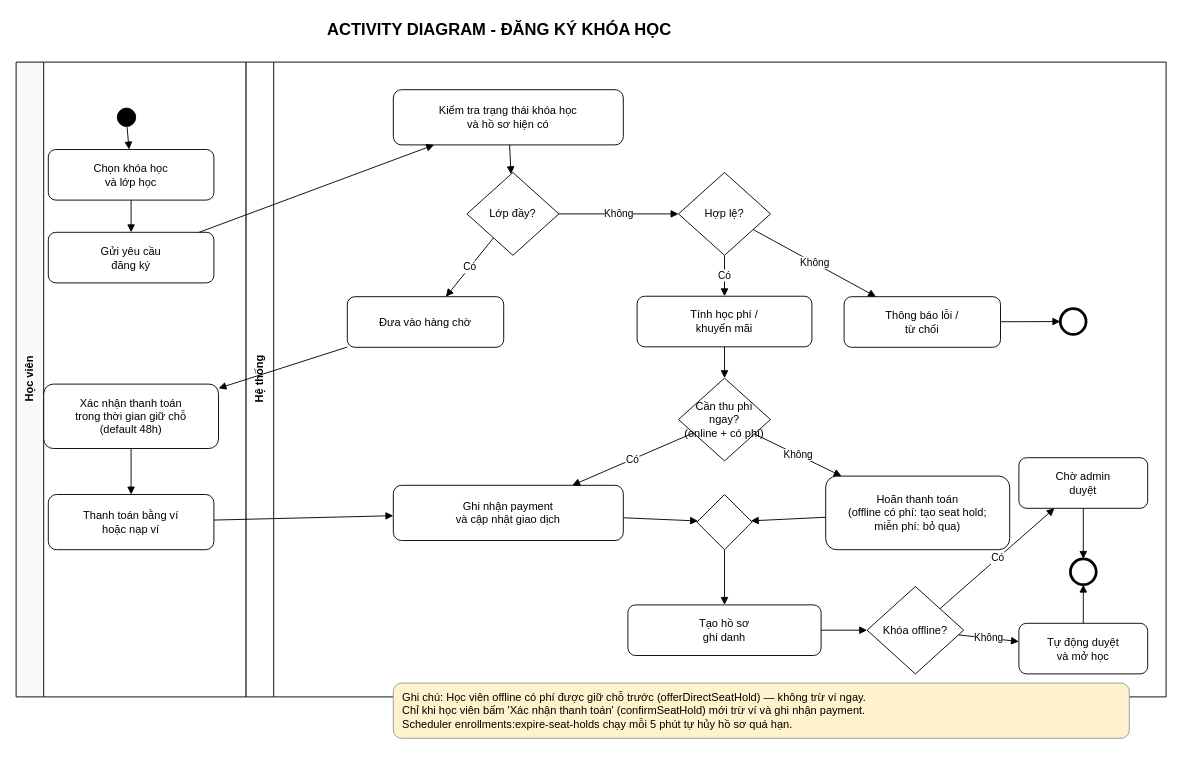
Earlier version of the draw.io diagram docs/uml/pages/02_activity-enrollment.drawio (DangThanh2204/CongDangKy_KhaiTriEdu_Laravel-). Source tidied: cells renumbered, new cells numbered last; positions are measured from the earlier drawing's top-left corner, leaving out a move shared by most shapes. Both pictures are drawn from the tidied source at 92%, with x=0, y=0 at pixel (16, 16).
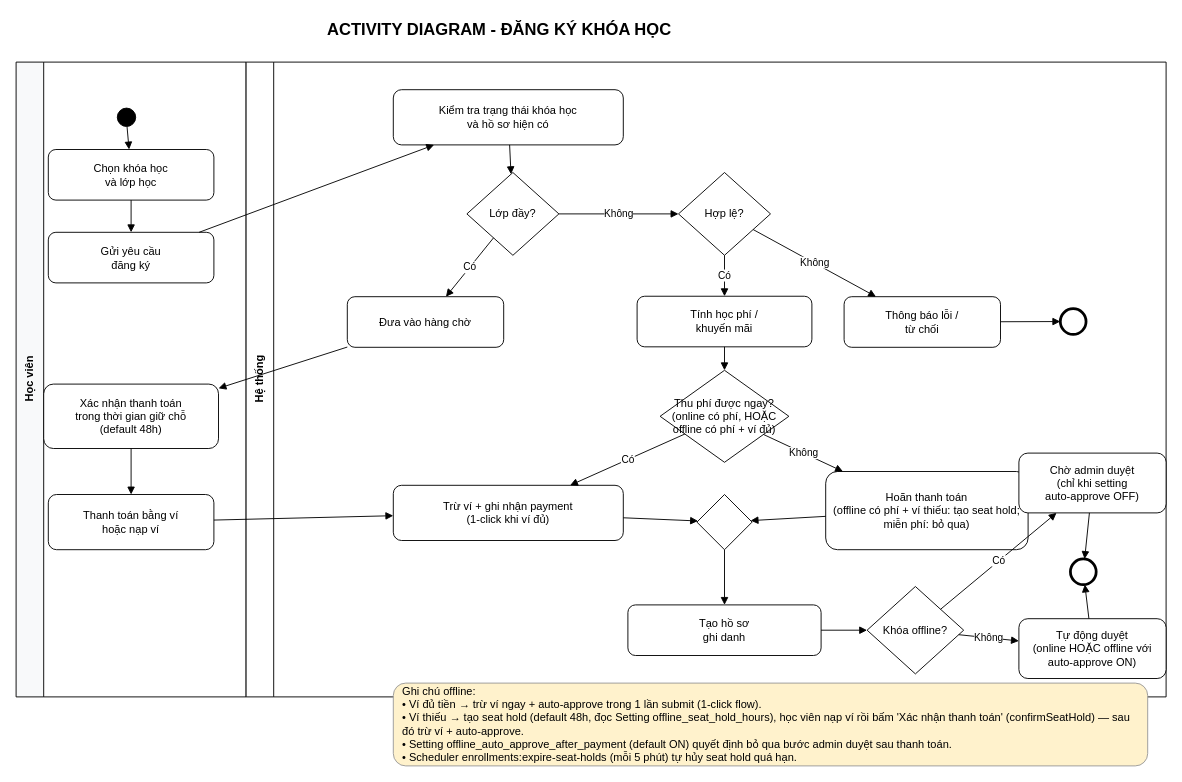
The same page after the edit.

Commit message (it also covers changes not shown here):
docs(uml): bám sát flow + tính năng đồ án hiện tại

The change refers to these unchanged cells:
```xml
<mxCell id="4" value="Hệ thống" style="swimlane;html=1;startSize=30;horizontal=0;fillColor=#ffffff;strokeColor=#000000;fontStyle=1;" parent="1" vertex="1">
  <mxGeometry x="250" y="50" width="1000" height="690" as="geometry" />
</mxCell>
```

Change to the diagram source:
```diff
@@
-    <mxCell id="11" value="Cần thu phí ngay?&#10;(online + có phí)" style="rhombus;whiteSpace=wrap;html=1;" parent="4" vertex="1">
-      <mxGeometry x="470" y="343.5" width="100" height="90" as="geometry" />
+    <mxCell id="11" value="Thu phí được ngay?&#10;(online có phí, HOẶC&#10;offline có phí + ví đủ)" style="rhombus;whiteSpace=wrap;html=1;" parent="4" vertex="1">
+      <mxGeometry x="450" y="335" width="140" height="100" as="geometry" />
     </mxCell>
-    <mxCell id="12" value="Ghi nhận payment&#10;và cập nhật giao dịch" style="rounded=1;whiteSpace=wrap;html=1;" parent="4" vertex="1">
+    <mxCell id="12" value="Trừ ví + ghi nhận payment&#10;(1-click khi ví đủ)" style="rounded=1;whiteSpace=wrap;html=1;" parent="4" vertex="1">
       <mxGeometry x="160" y="460" width="250" height="60" as="geometry" />
     </mxCell>
-    <mxCell id="13" value="Hoãn thanh toán&#10;(offline có phí: tạo seat hold;&#10;miễn phí: bỏ qua)" style="rounded=1;whiteSpace=wrap;html=1;" parent="4" vertex="1">
-      <mxGeometry x="630" y="450" width="200" height="80" as="geometry" />
+    <mxCell id="13" value="Hoãn thanh toán&#10;(offline có phí + ví thiếu: tạo seat hold;&#10;miễn phí: bỏ qua)" style="rounded=1;whiteSpace=wrap;html=1;" parent="4" vertex="1">
+      <mxGeometry x="630" y="445" width="220" height="85" as="geometry" />
     </mxCell>
@@
-    <mxCell id="16" value="Chờ admin&#10;duyệt" style="rounded=1;whiteSpace=wrap;html=1;" parent="4" vertex="1">
-      <mxGeometry x="840" y="430" width="140" height="55" as="geometry" />
+    <mxCell id="16" value="Chờ admin duyệt&#10;(chỉ khi setting&#10;auto-approve OFF)" style="rounded=1;whiteSpace=wrap;html=1;" parent="4" vertex="1">
+      <mxGeometry x="840" y="425" width="160" height="65" as="geometry" />
     </mxCell>
-    <mxCell id="17" value="Tự động duyệt&#10;và mở học" style="rounded=1;whiteSpace=wrap;html=1;" parent="4" vertex="1">
-      <mxGeometry x="840" y="610" width="140" height="55" as="geometry" />
+    <mxCell id="17" value="Tự động duyệt&#10;(online HOẶC offline với&#10;auto-approve ON)" style="rounded=1;whiteSpace=wrap;html=1;" parent="4" vertex="1">
+      <mxGeometry x="840" y="605" width="160" height="65" as="geometry" />
     </mxCell>
@@
-    <mxCell id="36" value="Ghi chú: Học viên offline có phí được giữ chỗ trước (offerDirectSeatHold) — không trừ ví ngay.&#10;Chỉ khi học viên bấm 'Xác nhận thanh toán' (confirmSeatHold) mới trừ ví và ghi nhận payment.&#10;Scheduler enrollments:expire-seat-holds chạy mỗi 5 phút tự hủy hồ sơ quá hạn." style="text;html=1;strokeColor=#999999;fillColor=#fff2cc;align=left;verticalAlign=middle;whiteSpace=wrap;rounded=1;spacingLeft=8;spacingRight=8;" parent="4" vertex="1">
-      <mxGeometry x="160" y="675" width="800" height="60" as="geometry" />
+    <mxCell id="36" value="Ghi chú offline:&#10;• Ví đủ tiền → trừ ví ngay + auto-approve trong 1 lần submit (1-click flow).&#10;• Ví thiếu → tạo seat hold (default 48h, đọc Setting offline_seat_hold_hours), học viên nạp ví rồi bấm 'Xác nhận thanh toán' (confirmSeatHold) — sau đó trừ ví + auto-approve.&#10;• Setting offline_auto_approve_after_payment (default ON) quyết định bỏ qua bước admin duyệt sau thanh toán.&#10;• Scheduler enrollments:expire-seat-holds (mỗi 5 phút) tự hủy seat hold quá hạn." style="text;html=1;strokeColor=#999999;fillColor=#fff2cc;align=left;verticalAlign=middle;whiteSpace=wrap;rounded=1;spacingLeft=8;spacingRight=8;" parent="4" vertex="1">
+      <mxGeometry x="160" y="675" width="820" height="90" as="geometry" />
     </mxCell>
```
